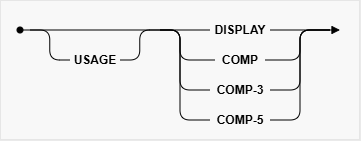
Above: docs/get-the-picture/usage-clause.png in LsYueh/Get-The-Picture (draw.io), before the change. Source tidied: cells renumbered, new cells last; positions are measured from the earlier drawing's top-left corner, leaving out a move shared by most shapes. Its diagram source:
```xml
<mxGraphModel>
  <root>
    <mxCell id="0" />
    <mxCell id="1" parent="0" />
    <mxCell id="2" style="rounded=0;whiteSpace=wrap;html=1;strokeColor=#D5D5D5;fillColor=#F8F8F8;" parent="1" vertex="1">
      <mxGeometry width="360" height="140" as="geometry" />
    </mxCell>
    <mxCell id="3" style="rounded=1;jettySize=auto;html=1;endArrow=none;endFill=0;startArrow=oval;startFill=1;curved=0;" parent="1" edge="1" target="8">
      <mxGeometry relative="1" as="geometry">
        <mxPoint x="20" y="30" as="sourcePoint" />
      </mxGeometry>
    </mxCell>
    <mxCell id="4" value="USAGE" style="text;html=1;whiteSpace=wrap;strokeColor=none;fillColor=none;align=center;verticalAlign=middle;rounded=0;fontStyle=1;" parent="1" vertex="1">
      <mxGeometry x="70" y="50" width="50" height="20" as="geometry" />
    </mxCell>
    <mxCell id="5" style="rounded=1;jettySize=auto;html=1;endArrow=none;endFill=0;startArrow=none;startFill=0;entryX=0;entryY=0.5;entryDx=0;entryDy=0;edgeStyle=elbowEdgeStyle;curved=0;" parent="1" edge="1" target="4">
      <mxGeometry relative="1" as="geometry">
        <mxPoint x="30" y="30" as="sourcePoint" />
      </mxGeometry>
    </mxCell>
    <mxCell id="6" style="rounded=1;jettySize=auto;html=1;endArrow=none;endFill=0;startArrow=none;startFill=0;entryX=0;entryY=0.5;entryDx=0;entryDy=0;edgeStyle=elbowEdgeStyle;curved=0;exitX=1;exitY=0.5;exitDx=0;exitDy=0;" parent="1" edge="1" source="4">
      <mxGeometry relative="1" as="geometry">
        <mxPoint x="160" y="30" as="targetPoint" />
      </mxGeometry>
    </mxCell>
    <mxCell id="7" style="rounded=0;jettySize=auto;html=1;endArrow=block;endFill=1;exitX=1;exitY=0.5;exitDx=0;exitDy=0;" parent="1" edge="1" source="8">
      <mxGeometry relative="1" as="geometry">
        <mxPoint x="340" y="30" as="targetPoint" />
      </mxGeometry>
    </mxCell>
    <mxCell id="8" value="DISPLAY" style="text;html=1;whiteSpace=wrap;strokeColor=none;fillColor=none;align=center;verticalAlign=middle;rounded=0;fontStyle=1;" parent="1" vertex="1">
      <mxGeometry x="210" y="20" width="60" height="20" as="geometry" />
    </mxCell>
    <mxCell id="9" value="COMP" style="text;html=1;whiteSpace=wrap;strokeColor=none;fillColor=none;align=center;verticalAlign=middle;rounded=0;fontStyle=1;" parent="1" vertex="1">
      <mxGeometry x="215" y="50" width="50" height="20" as="geometry" />
    </mxCell>
    <mxCell id="10" value="COMP-3" style="text;html=1;whiteSpace=wrap;strokeColor=none;fillColor=none;align=center;verticalAlign=middle;rounded=0;fontStyle=1;" parent="1" vertex="1">
      <mxGeometry x="210" y="80" width="60" height="20" as="geometry" />
    </mxCell>
    <mxCell id="11" value="COMP-5" style="text;html=1;whiteSpace=wrap;strokeColor=none;fillColor=none;align=center;verticalAlign=middle;rounded=0;fontStyle=1;" parent="1" vertex="1">
      <mxGeometry x="210" y="110" width="60" height="20" as="geometry" />
    </mxCell>
    <mxCell id="12" style="rounded=1;jettySize=auto;html=1;endArrow=none;endFill=0;startArrow=none;startFill=0;entryX=0;entryY=0.5;entryDx=0;entryDy=0;edgeStyle=elbowEdgeStyle;curved=0;" parent="1" edge="1" target="9">
      <mxGeometry relative="1" as="geometry">
        <mxPoint x="160" y="30" as="sourcePoint" />
        <Array as="points">
          <mxPoint x="180" y="50" />
        </Array>
      </mxGeometry>
    </mxCell>
    <mxCell id="13" style="rounded=1;jettySize=auto;html=1;endArrow=none;endFill=0;startArrow=none;startFill=0;entryX=0;entryY=0.5;entryDx=0;entryDy=0;edgeStyle=elbowEdgeStyle;curved=0;" parent="1" edge="1" target="10">
      <mxGeometry relative="1" as="geometry">
        <mxPoint x="160" y="30" as="sourcePoint" />
        <Array as="points">
          <mxPoint x="180" y="60" />
        </Array>
      </mxGeometry>
    </mxCell>
    <mxCell id="14" style="rounded=1;jettySize=auto;html=1;endArrow=none;endFill=0;startArrow=none;startFill=0;entryX=0;entryY=0.5;entryDx=0;entryDy=0;edgeStyle=elbowEdgeStyle;curved=0;" parent="1" edge="1" target="11">
      <mxGeometry relative="1" as="geometry">
        <mxPoint x="160" y="30" as="sourcePoint" />
        <Array as="points">
          <mxPoint x="180" y="80" />
        </Array>
      </mxGeometry>
    </mxCell>
    <mxCell id="15" style="rounded=1;jettySize=auto;html=1;endArrow=none;endFill=0;startArrow=none;startFill=0;edgeStyle=elbowEdgeStyle;curved=0;exitX=1;exitY=0.5;exitDx=0;exitDy=0;" parent="1" edge="1" source="9">
      <mxGeometry relative="1" as="geometry">
        <mxPoint x="330" y="30" as="targetPoint" />
        <Array as="points">
          <mxPoint x="300" y="50" />
        </Array>
      </mxGeometry>
    </mxCell>
    <mxCell id="16" style="rounded=1;jettySize=auto;html=1;endArrow=none;endFill=0;startArrow=none;startFill=0;edgeStyle=elbowEdgeStyle;curved=0;exitX=1;exitY=0.5;exitDx=0;exitDy=0;" parent="1" edge="1" source="10">
      <mxGeometry relative="1" as="geometry">
        <mxPoint x="330" y="30" as="targetPoint" />
        <Array as="points">
          <mxPoint x="300" y="60" />
        </Array>
      </mxGeometry>
    </mxCell>
    <mxCell id="17" style="rounded=1;jettySize=auto;html=1;endArrow=none;endFill=0;startArrow=none;startFill=0;edgeStyle=elbowEdgeStyle;curved=0;exitX=1;exitY=0.5;exitDx=0;exitDy=0;" parent="1" edge="1" source="11">
      <mxGeometry relative="1" as="geometry">
        <mxPoint x="330" y="30" as="targetPoint" />
        <Array as="points">
          <mxPoint x="300" y="80" />
        </Array>
      </mxGeometry>
    </mxCell>
  </root>
</mxGraphModel>
```
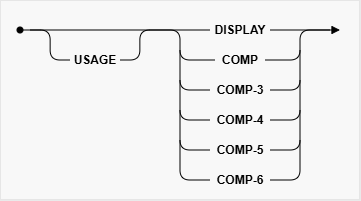
After the commit.

Commit message:
Update README and diagrams for USAGE clause enhancements

The edit, as a diff of the source:
```diff
@@ -3,7 +3,7 @@
     <mxCell id="0" />
     <mxCell id="1" parent="0" />
     <mxCell id="2" style="rounded=0;whiteSpace=wrap;html=1;strokeColor=#D5D5D5;fillColor=#F8F8F8;" parent="1" vertex="1">
-      <mxGeometry width="360" height="140" as="geometry" />
+      <mxGeometry width="360" height="200" as="geometry" />
     </mxCell>
     <mxCell id="3" style="rounded=1;jettySize=auto;html=1;endArrow=none;endFill=0;startArrow=oval;startFill=1;curved=0;" parent="1" edge="1" target="8">
       <mxGeometry relative="1" as="geometry">
@@ -37,7 +37,7 @@
     <mxCell id="10" value="COMP-3" style="text;html=1;whiteSpace=wrap;strokeColor=none;fillColor=none;align=center;verticalAlign=middle;rounded=0;fontStyle=1;" parent="1" vertex="1">
       <mxGeometry x="210" y="80" width="60" height="20" as="geometry" />
     </mxCell>
-    <mxCell id="11" value="COMP-5" style="text;html=1;whiteSpace=wrap;strokeColor=none;fillColor=none;align=center;verticalAlign=middle;rounded=0;fontStyle=1;" parent="1" vertex="1">
+    <mxCell id="11" value="COMP-4" style="text;html=1;whiteSpace=wrap;strokeColor=none;fillColor=none;align=center;verticalAlign=middle;rounded=0;fontStyle=1;" parent="1" vertex="1">
       <mxGeometry x="210" y="110" width="60" height="20" as="geometry" />
     </mxCell>
     <mxCell id="12" style="rounded=1;jettySize=auto;html=1;endArrow=none;endFill=0;startArrow=none;startFill=0;entryX=0;entryY=0.5;entryDx=0;entryDy=0;edgeStyle=elbowEdgeStyle;curved=0;" parent="1" edge="1" target="9">
@@ -50,7 +50,7 @@
     </mxCell>
     <mxCell id="13" style="rounded=1;jettySize=auto;html=1;endArrow=none;endFill=0;startArrow=none;startFill=0;entryX=0;entryY=0.5;entryDx=0;entryDy=0;edgeStyle=elbowEdgeStyle;curved=0;" parent="1" edge="1" target="10">
       <mxGeometry relative="1" as="geometry">
-        <mxPoint x="160" y="30" as="sourcePoint" />
+        <mxPoint x="180" y="50" as="sourcePoint" />
         <Array as="points">
           <mxPoint x="180" y="60" />
         </Array>
@@ -58,7 +58,7 @@
     </mxCell>
     <mxCell id="14" style="rounded=1;jettySize=auto;html=1;endArrow=none;endFill=0;startArrow=none;startFill=0;entryX=0;entryY=0.5;entryDx=0;entryDy=0;edgeStyle=elbowEdgeStyle;curved=0;" parent="1" edge="1" target="11">
       <mxGeometry relative="1" as="geometry">
-        <mxPoint x="160" y="30" as="sourcePoint" />
+        <mxPoint x="180" y="80" as="sourcePoint" />
         <Array as="points">
           <mxPoint x="180" y="80" />
         </Array>
@@ -74,7 +74,7 @@
     </mxCell>
     <mxCell id="16" style="rounded=1;jettySize=auto;html=1;endArrow=none;endFill=0;startArrow=none;startFill=0;edgeStyle=elbowEdgeStyle;curved=0;exitX=1;exitY=0.5;exitDx=0;exitDy=0;" parent="1" edge="1" source="10">
       <mxGeometry relative="1" as="geometry">
-        <mxPoint x="330" y="30" as="targetPoint" />
+        <mxPoint x="300" y="50" as="targetPoint" />
         <Array as="points">
           <mxPoint x="300" y="60" />
         </Array>
@@ -82,11 +82,50 @@
     </mxCell>
     <mxCell id="17" style="rounded=1;jettySize=auto;html=1;endArrow=none;endFill=0;startArrow=none;startFill=0;edgeStyle=elbowEdgeStyle;curved=0;exitX=1;exitY=0.5;exitDx=0;exitDy=0;" parent="1" edge="1" source="11">
       <mxGeometry relative="1" as="geometry">
-        <mxPoint x="330" y="30" as="targetPoint" />
+        <mxPoint x="300" y="80" as="targetPoint" />
         <Array as="points">
           <mxPoint x="300" y="80" />
         </Array>
       </mxGeometry>
     </mxCell>
+    <mxCell id="18" value="COMP-5" style="text;html=1;whiteSpace=wrap;strokeColor=none;fillColor=none;align=center;verticalAlign=middle;rounded=0;fontStyle=1;" parent="1" vertex="1">
+      <mxGeometry x="210" y="140" width="60" height="20" as="geometry" />
+    </mxCell>
+    <mxCell id="19" style="rounded=1;jettySize=auto;html=1;endArrow=none;endFill=0;startArrow=none;startFill=0;entryX=0;entryY=0.5;entryDx=0;entryDy=0;edgeStyle=elbowEdgeStyle;curved=0;" parent="1" edge="1" target="18">
+      <mxGeometry relative="1" as="geometry">
+        <mxPoint x="180" y="110" as="sourcePoint" />
+        <Array as="points">
+          <mxPoint x="180" y="80" />
+        </Array>
+      </mxGeometry>
+    </mxCell>
+    <mxCell id="20" style="rounded=1;orthogonalLoop=1;jettySize=auto;html=1;endArrow=none;endFill=0;startArrow=none;startFill=0;edgeStyle=elbowEdgeStyle;curved=0;" parent="1" edge="1">
+      <mxGeometry relative="1" as="geometry">
+        <mxPoint x="270" y="150" as="sourcePoint" />
+        <mxPoint x="300" y="110" as="targetPoint" />
+        <Array as="points">
+          <mxPoint x="300" y="110" />
+        </Array>
+      </mxGeometry>
+    </mxCell>
+    <mxCell id="21" value="COMP-6" style="text;html=1;whiteSpace=wrap;strokeColor=none;fillColor=none;align=center;verticalAlign=middle;rounded=0;fontStyle=1;" parent="1" vertex="1">
+      <mxGeometry x="210" y="170" width="60" height="20" as="geometry" />
+    </mxCell>
+    <mxCell id="22" style="rounded=1;jettySize=auto;html=1;endArrow=none;endFill=0;startArrow=none;startFill=0;edgeStyle=elbowEdgeStyle;curved=0;exitX=1;exitY=0.5;exitDx=0;exitDy=0;" parent="1" edge="1" source="21">
+      <mxGeometry relative="1" as="geometry">
+        <mxPoint x="300" y="140" as="targetPoint" />
+        <Array as="points">
+          <mxPoint x="300" y="160" />
+        </Array>
+      </mxGeometry>
+    </mxCell>
+    <mxCell id="23" style="rounded=1;jettySize=auto;html=1;endArrow=none;endFill=0;startArrow=none;startFill=0;entryX=0;entryY=0.5;entryDx=0;entryDy=0;edgeStyle=elbowEdgeStyle;curved=0;" parent="1" edge="1" target="21">
+      <mxGeometry relative="1" as="geometry">
+        <mxPoint x="180" y="140" as="sourcePoint" />
+        <Array as="points">
+          <mxPoint x="180" y="180" />
+        </Array>
+      </mxGeometry>
+    </mxCell>
   </root>
 </mxGraphModel>
```
